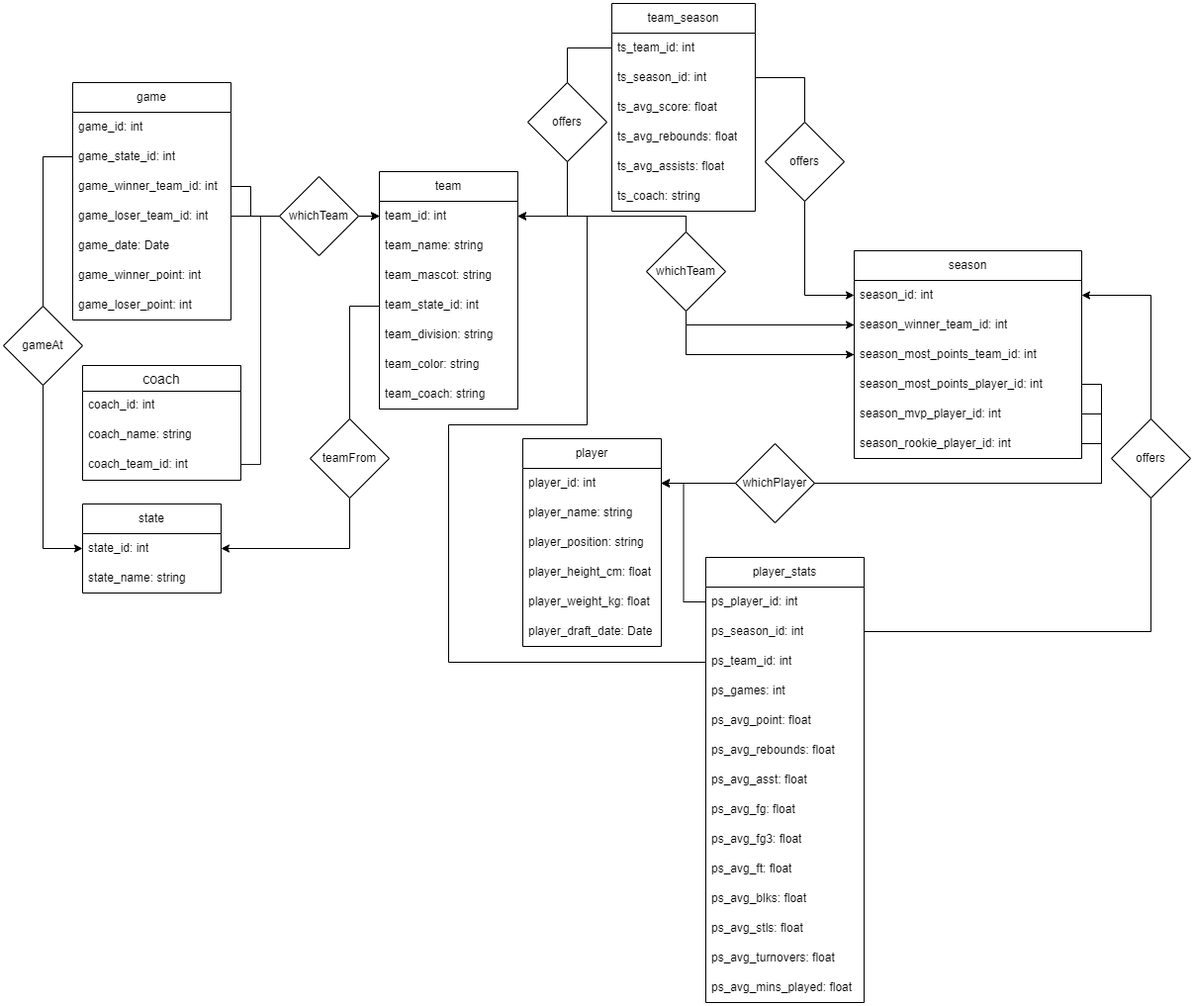
This is er_diagram.drawio.png from Fin-NewWin/cse111-project, a draw.io export, as it was before one commit. Source tidied: cells renumbered, new cells last; positions are measured from the earlier drawing's top-left corner, leaving out a move shared by most shapes.
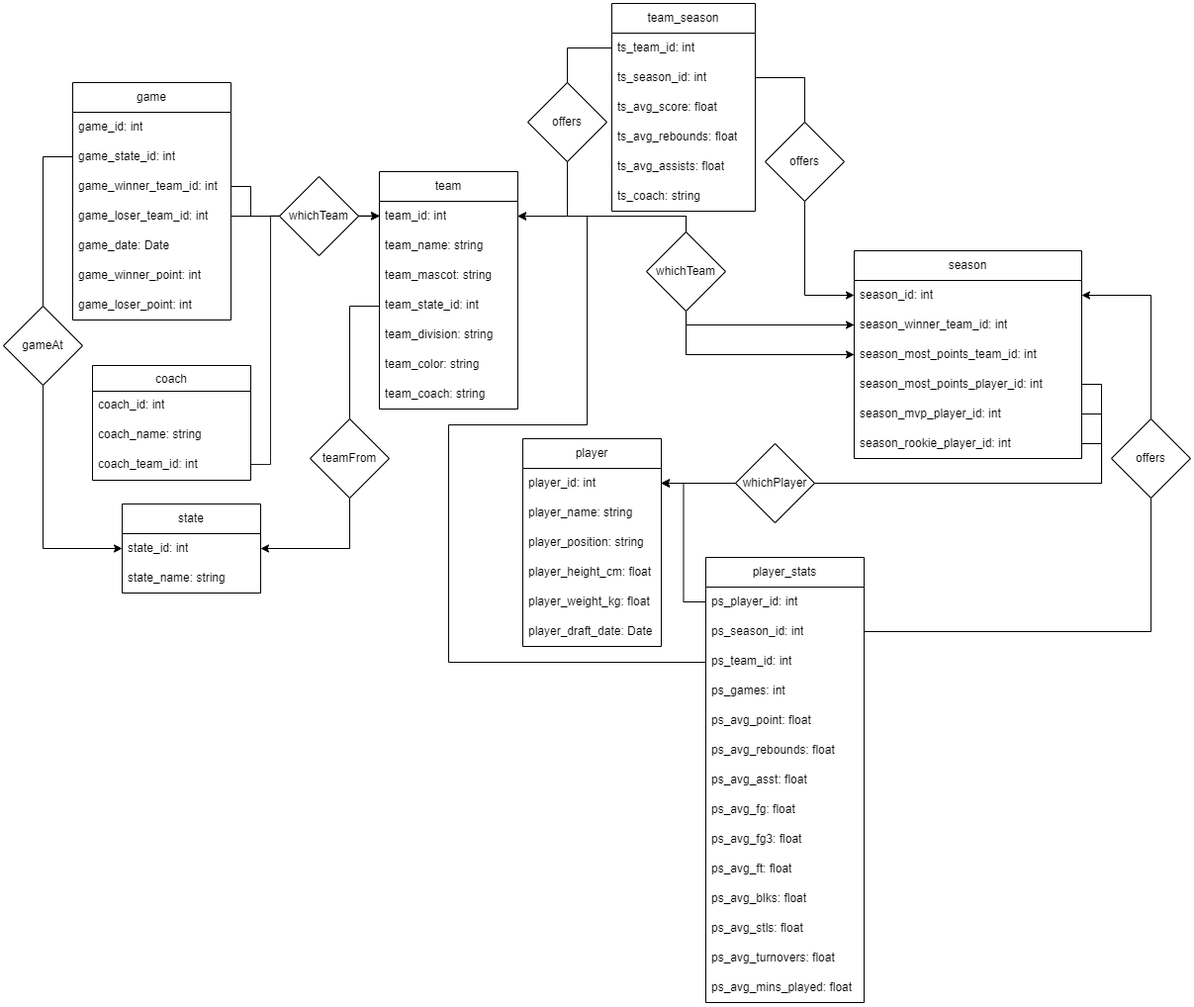
Later version of the same file.

Diff of the diagram source:
```diff
@@ -152,7 +152,7 @@
       <mxGeometry relative="1" as="geometry" />
     </mxCell>
     <mxCell id="50" value="state" style="swimlane;fontStyle=0;horizontal=1;startSize=30;whiteSpace=wrap;html=1;" parent="1" vertex="1">
-      <mxGeometry x="80" y="506" width="140" height="90" as="geometry" />
+      <mxGeometry x="120" y="506" width="140" height="90" as="geometry" />
     </mxCell>
     <mxCell id="51" value="state_id: int" style="text;strokeColor=none;fillColor=none;align=left;verticalAlign=middle;spacingLeft=4;spacingRight=4;overflow=hidden;points=[[0,0.5],[1,0.5]];portConstraint=eastwest;whiteSpace=wrap;html=1;" parent="50" vertex="1">
       <mxGeometry y="30" width="140" height="30" as="geometry" />
@@ -270,8 +270,8 @@
     <mxCell id="79" value="offers" style="rhombus;whiteSpace=wrap;html=1;" parent="1" vertex="1">
       <mxGeometry x="530" y="80" width="80" height="80" as="geometry" />
     </mxCell>
-    <mxCell id="80" value="coach" style="swimlane;fontStyle=0;horizontal=1;startSize=26;align=center;fontSize=14;" parent="1" vertex="1">
-      <mxGeometry x="80" y="366" width="160" height="116" as="geometry" />
+    <mxCell id="80" value="coach" style="swimlane;fontStyle=0;horizontal=1;startSize=26;align=center;fontSize=12;" parent="1" vertex="1">
+      <mxGeometry x="90" y="366" width="160" height="116" as="geometry" />
     </mxCell>
     <mxCell id="81" value="coach_id: int" style="text;strokeColor=none;fillColor=none;spacingLeft=4;spacingRight=4;overflow=hidden;fontSize=12;whiteSpace=wrap;html=1;" parent="80" vertex="1">
       <mxGeometry y="26" width="160" height="30" as="geometry" />
@@ -284,12 +284,11 @@
     </mxCell>
     <mxCell id="84" style="edgeStyle=orthogonalEdgeStyle;rounded=0;orthogonalLoop=1;jettySize=auto;html=1;entryX=0;entryY=0.356;entryDx=0;entryDy=0;entryPerimeter=0;strokeWidth=0.9;" parent="1" edge="1">
       <mxGeometry relative="1" as="geometry">
-        <mxPoint x="240" y="465" as="sourcePoint" />
+        <mxPoint x="250" y="466" as="sourcePoint" />
         <mxPoint x="380" y="214.7" as="targetPoint" />
         <Array as="points">
-          <mxPoint x="260" y="466" />
-          <mxPoint x="260" y="215" />
-          <mxPoint x="380" y="215" />
+          <mxPoint x="270" y="466" />
+          <mxPoint x="270" y="215" />
         </Array>
       </mxGeometry>
     </mxCell>
```
